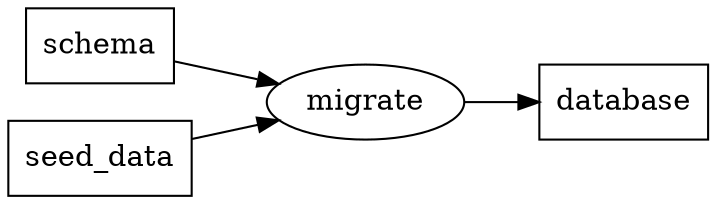
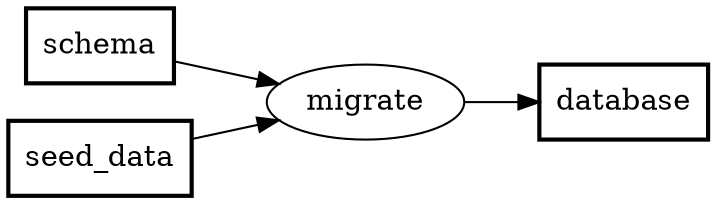
digraph PFDSL {
  rankdir=LR;
  newrank=true;

-   "database" [shape=box, label="database"];
+   "database" [shape=box, label="database", penwidth="2"];
  "migrate" [shape=ellipse, label="migrate"];
-   "schema" [shape=box, label="schema"];
-   "seed_data" [shape=box, label="seed_data"];
+   "schema" [shape=box, label="schema", penwidth="2"];
+   "seed_data" [shape=box, label="seed_data", penwidth="2"];

  "schema" -> "migrate";
  "seed_data" -> "migrate";
  "migrate" -> "database";
}
